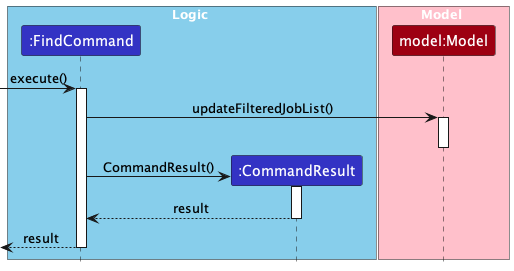
The PlantUML diagram docs/images/developer-guide/FindCommandSequenceDiagram.png in nus-cs2103-AY2324S1/tp, before a commit.
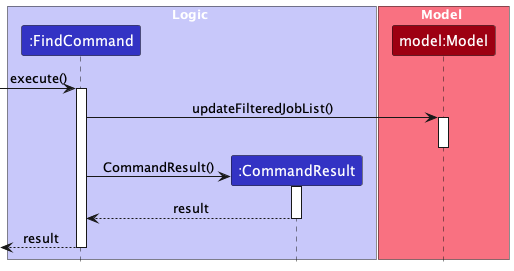
After the commit.

The edit, as a diff of the source:
```diff
@@ -2,16 +2,15 @@
 !include ../style.puml
 skinparam ArrowFontStyle plain
 
-box Logic #skyblue
+box Logic LOGIC_COLOR_T1
 Participant ":FindCommand" as fc LOGIC_COLOR
 Participant ":CommandResult" as cr LOGIC_COLOR
 end box
-box Model #pink
+box Model MODEL_COLOR_T1
 Participant "model:Model" as m MODEL_COLOR
 end box
 
-[-> fc : execute()
-activate fc
+[-> fc ++: execute()
 fc -> m ++: updateFilteredJobList()
 deactivate m
 create cr
```
